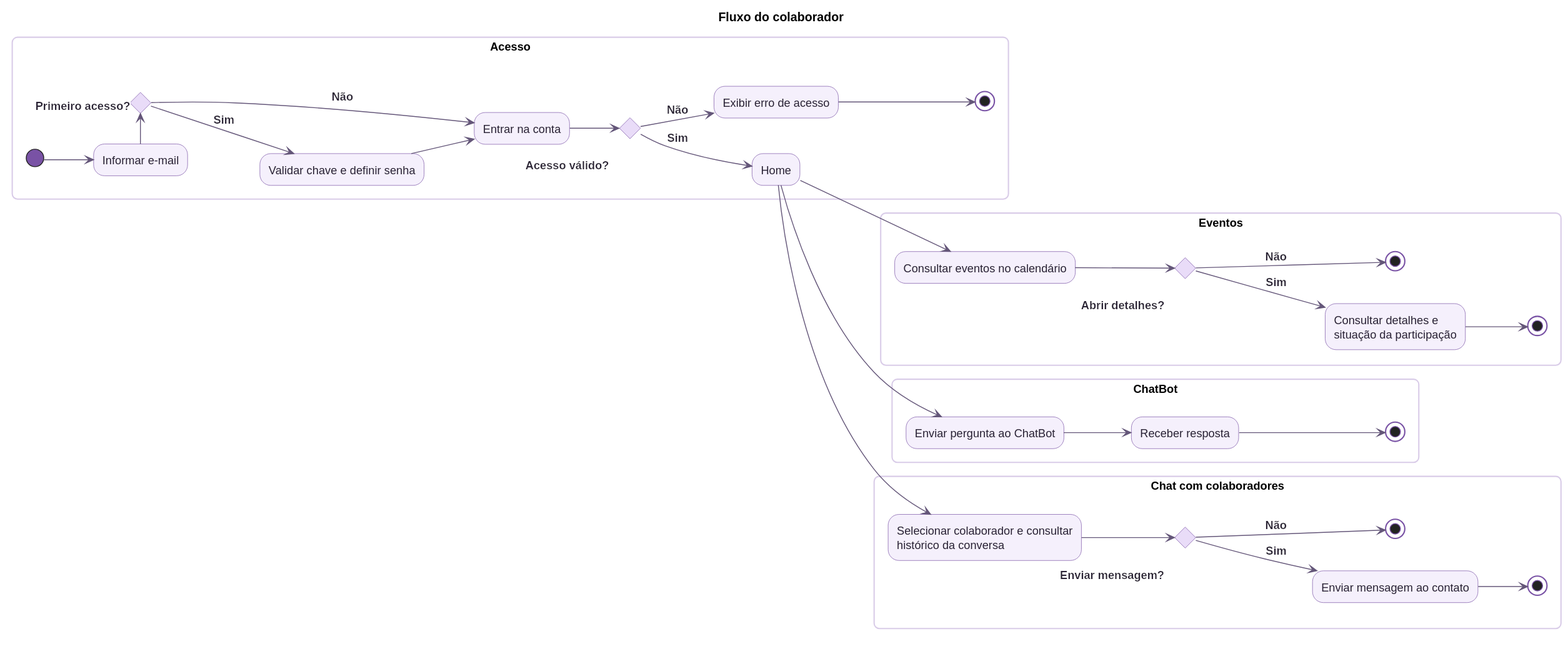
Astro-Inter/astro-eqs-diagrams keeps this PlantUML diagram as diagrams/rendered/fluxo_colaborador.svg. Above is the earlier version.
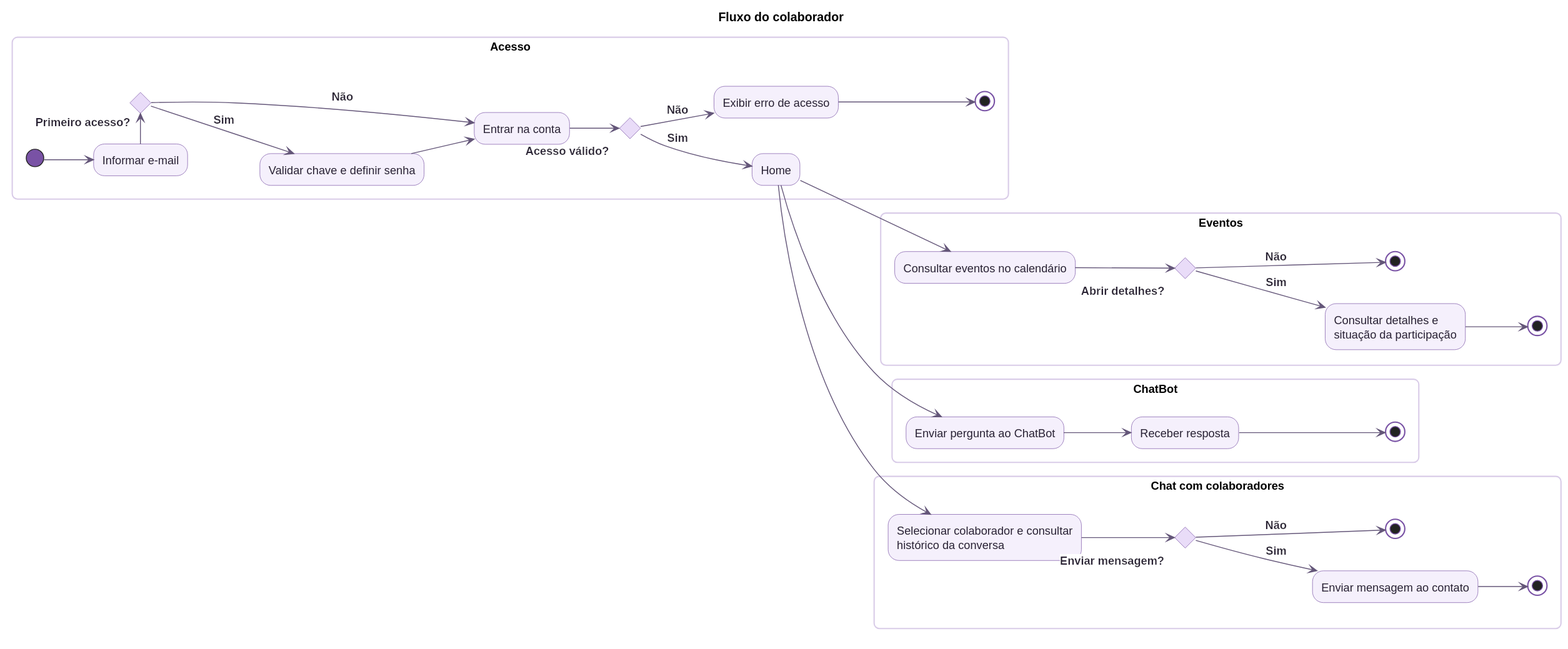
The same file after the commit.

The edit, as a diff of the source:
```diff
@@ -9,13 +9,13 @@
 
 partition "Acesso" {
   (*) --> "Informar e-mail" as email
-  -right-> if "\n\n<back:white>Primeiro acesso?   </back>" then
+  -right-> if "<back:white>Primeiro acesso?   </back>" then
     -->[<back:white>Sim</back>] "Validar chave e definir senha" as ativar
     --> "Entrar na conta" as login
   else
     -->[<back:white>Não</back>] login
   endif
-  login --> if "\n\n<back:white>Acesso válido?   </back>" then
+  login --> if "\n<back:white>Acesso válido?   </back>" then
     -->[<back:white>Sim</back>] "Home" as home
   else
     -->[<back:white>Não</back>] "Exibir erro de acesso" as erro
@@ -25,7 +25,7 @@
 
 partition "Eventos" {
   home --> "Consultar eventos no calendário" as eventos
-  --> if "\n\n<back:white>Abrir detalhes?   </back>" then
+  --> if "\n<back:white>Abrir detalhes?   </back>" then
     -->[<back:white>Sim</back>] "Consultar detalhes e\nsituação da participação" as detalhes
     --> (*2)
   else
@@ -41,7 +41,7 @@
 
 partition "Chat com colaboradores" {
   home --> "Selecionar colaborador e consultar\nhistórico da conversa" as contato
-  --> if "\n\n<back:white>Enviar mensagem?   </back>" then
+  --> if "\n<back:white>Enviar mensagem?   </back>" then
     -->[<back:white>Sim</back>] "Enviar mensagem ao contato" as mensagem
     --> (*6)
   else
```
